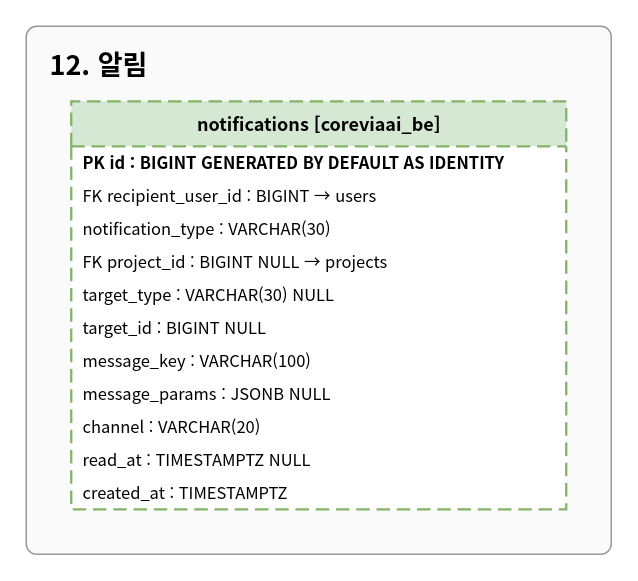
Before: docs/erd/12-notification.drawio in WonikQnCKDT/CoreviaAI_BE, a draw.io diagram. Source tidied: cells renumbered, new cells numbered last; positions are measured from the earlier drawing's top-left corner, leaving out a move shared by most shapes. Both pictures are drawn from the tidied source at 150%, with x=0, y=0 at pixel (26, 26).
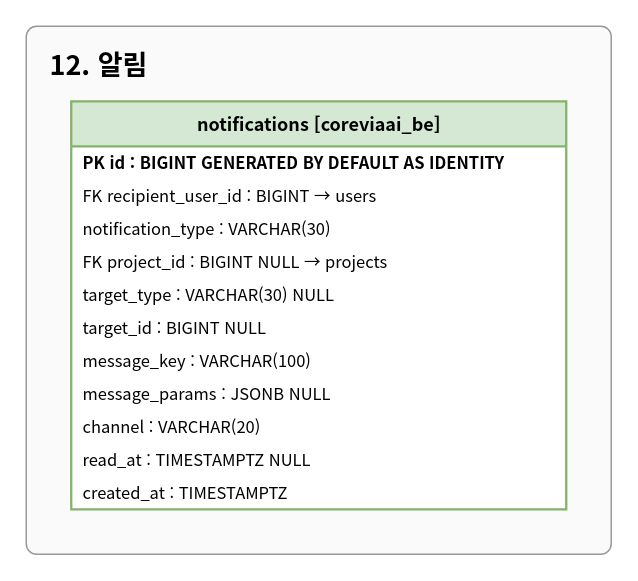
The same diagram, later.

Diff of the diagram source:
```diff
@@
 <mxGraphModel>
   <root>
     <mxCell id="0" />
     <mxCell id="1" parent="0" />
     <mxCell id="2" value="12. 알림" style="rounded=1;arcSize=2;whiteSpace=wrap;html=1;verticalAlign=top;align=left;spacingLeft=14;spacingTop=8;fontSize=18;fontStyle=1;fillColor=#FAFAFA;strokeColor=#999999;fontFamily=Noto Sans CJK KR;" parent="1" vertex="1">
       <mxGeometry width="390" height="352" as="geometry" />
     </mxCell>
-    <mxCell id="3" value="notifications  [coreviaai_be]" style="swimlane;fontStyle=1;horizontal=1;startSize=30;html=1;fontSize=12;fontFamily=Noto Sans CJK KR;fillColor=#D5E8D4;strokeColor=#82B366;dashed=1;dashPattern=6 3;swimlaneFillColor=#FFFFFF;strokeWidth=1.5;" parent="2" vertex="1">
+    <mxCell id="3" value="notifications  [coreviaai_be]" style="swimlane;fontStyle=1;horizontal=1;startSize=30;html=1;fontSize=12;fontFamily=Noto Sans CJK KR;fillColor=#D5E8D4;strokeColor=#82B366;swimlaneFillColor=#FFFFFF;strokeWidth=1.5;" parent="2" vertex="1">
       <mxGeometry x="30" y="50" width="330" height="272" as="geometry" />
     </mxCell>
     <mxCell id="4" value="PK     id : BIGINT GENERATED BY DEFAULT AS IDENTITY" style="text;strokeColor=none;fillColor=none;align=left;verticalAlign=middle;spacingLeft=6;html=0;fontSize=11;fontFamily=Noto Sans CJK KR;fontStyle=1;" parent="3" vertex="1">
       <mxGeometry y="30" width="330" height="22" as="geometry" />
     </mxCell>
     <mxCell id="5" value="FK     recipient_user_id : BIGINT  → users" style="text;strokeColor=none;fillColor=none;align=left;verticalAlign=middle;spacingLeft=6;html=0;fontSize=11;fontFamily=Noto Sans CJK KR;" parent="3" vertex="1">
       <mxGeometry y="52" width="330" height="22" as="geometry" />
     </mxCell>
     <mxCell id="6" value="       notification_type : VARCHAR(30)" style="text;strokeColor=none;fillColor=none;align=left;verticalAlign=middle;spacingLeft=6;html=0;fontSize=11;fontFamily=Noto Sans CJK KR;" parent="3" vertex="1">
       <mxGeometry y="74" width="330" height="22" as="geometry" />
     </mxCell>
     <mxCell id="7" value="FK     project_id : BIGINT  NULL  → projects" style="text;strokeColor=none;fillColor=none;align=left;verticalAlign=middle;spacingLeft=6;html=0;fontSize=11;fontFamily=Noto Sans CJK KR;" parent="3" vertex="1">
       <mxGeometry y="96" width="330" height="22" as="geometry" />
     </mxCell>
     <mxCell id="8" value="       target_type : VARCHAR(30)  NULL" style="text;strokeColor=none;fillColor=none;align=left;verticalAlign=middle;spacingLeft=6;html=0;fontSize=11;fontFamily=Noto Sans CJK KR;" parent="3" vertex="1">
       <mxGeometry y="118" width="330" height="22" as="geometry" />
     </mxCell>
     <mxCell id="9" value="       target_id : BIGINT  NULL" style="text;strokeColor=none;fillColor=none;align=left;verticalAlign=middle;spacingLeft=6;html=0;fontSize=11;fontFamily=Noto Sans CJK KR;" parent="3" vertex="1">
       <mxGeometry y="140" width="330" height="22" as="geometry" />
     </mxCell>
     <mxCell id="10" value="       message_key : VARCHAR(100)" style="text;strokeColor=none;fillColor=none;align=left;verticalAlign=middle;spacingLeft=6;html=0;fontSize=11;fontFamily=Noto Sans CJK KR;" parent="3" vertex="1">
       <mxGeometry y="162" width="330" height="22" as="geometry" />
     </mxCell>
     <mxCell id="11" value="       message_params : JSONB  NULL" style="text;strokeColor=none;fillColor=none;align=left;verticalAlign=middle;spacingLeft=6;html=0;fontSize=11;fontFamily=Noto Sans CJK KR;" parent="3" vertex="1">
       <mxGeometry y="184" width="330" height="22" as="geometry" />
     </mxCell>
     <mxCell id="12" value="       channel : VARCHAR(20)" style="text;strokeColor=none;fillColor=none;align=left;verticalAlign=middle;spacingLeft=6;html=0;fontSize=11;fontFamily=Noto Sans CJK KR;" parent="3" vertex="1">
       <mxGeometry y="206" width="330" height="22" as="geometry" />
     </mxCell>
     <mxCell id="13" value="       read_at : TIMESTAMPTZ  NULL" style="text;strokeColor=none;fillColor=none;align=left;verticalAlign=middle;spacingLeft=6;html=0;fontSize=11;fontFamily=Noto Sans CJK KR;" parent="3" vertex="1">
       <mxGeometry y="228" width="330" height="22" as="geometry" />
     </mxCell>
     <mxCell id="14" value="       created_at : TIMESTAMPTZ" style="text;strokeColor=none;fillColor=none;align=left;verticalAlign=middle;spacingLeft=6;html=0;fontSize=11;fontFamily=Noto Sans CJK KR;" parent="3" vertex="1">
       <mxGeometry y="250" width="330" height="22" as="geometry" />
     </mxCell>
   </root>
 </mxGraphModel>
```
